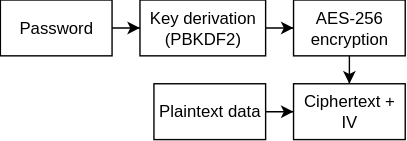
Before: docs/diagrams/security/encryption-flow.svg, a diagram exported from draw.io (ArgoRobots/Argo-Books-Avalonia). Source tidied: cells renumbered, new cells last; positions are measured from the earlier drawing's top-left corner, leaving out a move shared by most shapes. Source of this version:
```xml
<mxGraphModel>
  <root>
    <mxCell id="0" />
    <mxCell id="1" parent="0" />
    <mxCell id="2" style="edgeStyle=orthogonalEdgeStyle;rounded=0;jettySize=auto;html=1;" parent="1" edge="1" source="3" target="5">
      <mxGeometry relative="1" as="geometry" />
    </mxCell>
    <mxCell id="3" value="Password" style="rounded=0;whiteSpace=wrap;html=1;" parent="1" vertex="1">
      <mxGeometry width="80" height="40" as="geometry" />
    </mxCell>
    <mxCell id="4" style="edgeStyle=orthogonalEdgeStyle;rounded=0;jettySize=auto;html=1;" parent="1" edge="1" source="5" target="7">
      <mxGeometry relative="1" as="geometry" />
    </mxCell>
    <mxCell id="5" value="Key derivation (PBKDF2)" style="rounded=0;whiteSpace=wrap;html=1;" parent="1" vertex="1">
      <mxGeometry x="100" width="90" height="40" as="geometry" />
    </mxCell>
    <mxCell id="6" style="edgeStyle=orthogonalEdgeStyle;rounded=0;jettySize=auto;html=1;entryX=0.5;entryY=0;entryDx=0;entryDy=0;" parent="1" edge="1" source="7" target="8">
      <mxGeometry relative="1" as="geometry" />
    </mxCell>
    <mxCell id="7" value="AES-256 encryption" style="rounded=0;whiteSpace=wrap;html=1;" parent="1" vertex="1">
      <mxGeometry x="210" width="80" height="40" as="geometry" />
    </mxCell>
    <mxCell id="8" value="Ciphertext + IV" style="rounded=0;whiteSpace=wrap;html=1;" parent="1" vertex="1">
      <mxGeometry x="210" y="60" width="80" height="40" as="geometry" />
    </mxCell>
    <mxCell id="9" style="edgeStyle=orthogonalEdgeStyle;rounded=0;jettySize=auto;html=1;entryX=0;entryY=0.5;entryDx=0;entryDy=0;" parent="1" edge="1" source="10" target="8">
      <mxGeometry relative="1" as="geometry" />
    </mxCell>
    <mxCell id="10" value="Plaintext data" style="rounded=0;whiteSpace=wrap;html=1;" parent="1" vertex="1">
      <mxGeometry x="110" y="60" width="80" height="40" as="geometry" />
    </mxCell>
  </root>
</mxGraphModel>
```
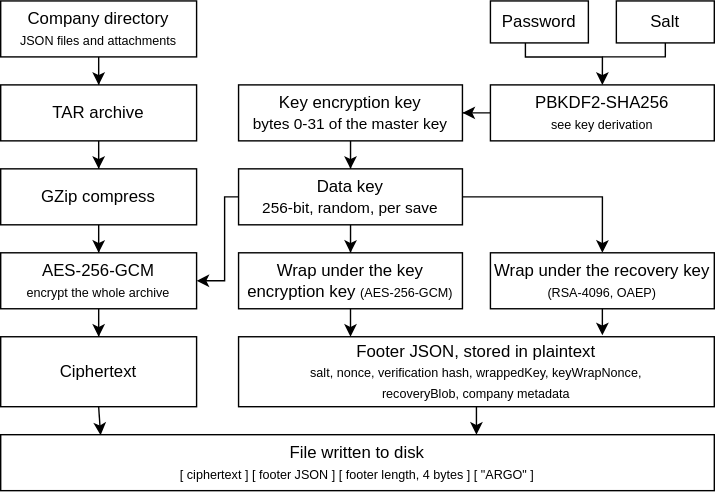
Later version of the same file.

The edit, as a diff of the source:
```diff
@@ -2,32 +2,113 @@
   <root>
     <mxCell id="0" />
     <mxCell id="1" parent="0" />
-    <mxCell id="2" style="edgeStyle=orthogonalEdgeStyle;rounded=0;jettySize=auto;html=1;" parent="1" edge="1" source="3" target="5">
-      <mxGeometry relative="1" as="geometry" />
-    </mxCell>
+    <mxCell id="11" style="edgeStyle=orthogonalEdgeStyle;rounded=0;jettySize=auto;html=1;entryX=0.5;entryY=0;entryDx=0;entryDy=0;" parent="1" edge="1" source="3" target="13">
+      <mxGeometry relative="1" as="geometry" />
+    </mxCell>
-    <mxCell id="3" value="Password" style="rounded=0;whiteSpace=wrap;html=1;" parent="1" vertex="1">
-      <mxGeometry width="80" height="40" as="geometry" />
+    <mxCell id="3" value="Company directory&lt;div&gt;&lt;font style=&quot;font-size: 9px;&quot;&gt;JSON files and attachments&lt;/font&gt;&lt;/div&gt;" style="rounded=0;whiteSpace=wrap;html=1;" parent="1" vertex="1">
+      <mxGeometry width="140" height="40" as="geometry" />
     </mxCell>
-    <mxCell id="4" style="edgeStyle=orthogonalEdgeStyle;rounded=0;jettySize=auto;html=1;" parent="1" edge="1" source="5" target="7">
-      <mxGeometry relative="1" as="geometry" />
-    </mxCell>
-    <mxCell id="5" value="Key derivation (PBKDF2)" style="rounded=0;whiteSpace=wrap;html=1;" parent="1" vertex="1">
-      <mxGeometry x="100" width="90" height="40" as="geometry" />
-    </mxCell>
-    <mxCell id="6" style="edgeStyle=orthogonalEdgeStyle;rounded=0;jettySize=auto;html=1;entryX=0.5;entryY=0;entryDx=0;entryDy=0;" parent="1" edge="1" source="7" target="8">
-      <mxGeometry relative="1" as="geometry" />
-    </mxCell>
-    <mxCell id="7" value="AES-256 encryption" style="rounded=0;whiteSpace=wrap;html=1;" parent="1" vertex="1">
-      <mxGeometry x="210" width="80" height="40" as="geometry" />
-    </mxCell>
-    <mxCell id="8" value="Ciphertext + IV" style="rounded=0;whiteSpace=wrap;html=1;" parent="1" vertex="1">
-      <mxGeometry x="210" y="60" width="80" height="40" as="geometry" />
-    </mxCell>
-    <mxCell id="9" style="edgeStyle=orthogonalEdgeStyle;rounded=0;jettySize=auto;html=1;entryX=0;entryY=0.5;entryDx=0;entryDy=0;" parent="1" edge="1" source="10" target="8">
-      <mxGeometry relative="1" as="geometry" />
-    </mxCell>
-    <mxCell id="10" value="Plaintext data" style="rounded=0;whiteSpace=wrap;html=1;" parent="1" vertex="1">
-      <mxGeometry x="110" y="60" width="80" height="40" as="geometry" />
-    </mxCell>
+    <mxCell id="12" style="edgeStyle=orthogonalEdgeStyle;rounded=0;jettySize=auto;html=1;entryX=0.5;entryY=0;entryDx=0;entryDy=0;" parent="1" edge="1" source="13" target="15">
+      <mxGeometry relative="1" as="geometry" />
+    </mxCell>
+    <mxCell id="13" value="TAR archive" style="rounded=0;whiteSpace=wrap;html=1;" parent="1" vertex="1">
+      <mxGeometry y="60" width="140" height="40" as="geometry" />
+    </mxCell>
+    <mxCell id="14" style="edgeStyle=orthogonalEdgeStyle;rounded=0;jettySize=auto;html=1;entryX=0.5;entryY=0;entryDx=0;entryDy=0;" parent="1" edge="1" source="15" target="17">
+      <mxGeometry relative="1" as="geometry" />
+    </mxCell>
+    <mxCell id="15" value="GZip compress" style="rounded=0;whiteSpace=wrap;html=1;" parent="1" vertex="1">
+      <mxGeometry y="120" width="140" height="40" as="geometry" />
+    </mxCell>
+    <mxCell id="16" style="edgeStyle=orthogonalEdgeStyle;rounded=0;jettySize=auto;html=1;entryX=0.5;entryY=0;entryDx=0;entryDy=0;" parent="1" edge="1" source="17" target="18">
+      <mxGeometry relative="1" as="geometry" />
+    </mxCell>
+    <mxCell id="17" value="AES-256-GCM&lt;div&gt;&lt;font style=&quot;font-size: 9px;&quot;&gt;encrypt the whole archive&lt;/font&gt;&lt;/div&gt;" style="rounded=0;whiteSpace=wrap;html=1;" parent="1" vertex="1">
+      <mxGeometry y="180" width="140" height="40" as="geometry" />
+    </mxCell>
+    <mxCell id="18" value="Ciphertext" style="rounded=0;whiteSpace=wrap;html=1;" parent="1" vertex="1">
+      <mxGeometry y="240" width="140" height="50" as="geometry" />
+    </mxCell>
+    <mxCell id="19" style="edgeStyle=orthogonalEdgeStyle;rounded=0;jettySize=auto;html=1;entryX=0.5;entryY=0;entryDx=0;entryDy=0;" parent="1" edge="1" source="20" target="24">
+      <mxGeometry relative="1" as="geometry" />
+    </mxCell>
+    <mxCell id="20" value="&lt;font style=&quot;&quot;&gt;Key encryption key&lt;/font&gt;&lt;div&gt;&lt;span style=&quot;font-family: Helvetica, Arial, sans-serif; font-size: 11px; text-align: start; text-wrap-mode: nowrap;&quot;&gt;&lt;font style=&quot;&quot;&gt;bytes 0-31 of the master key&lt;/font&gt;&lt;/span&gt;&lt;/div&gt;" style="rounded=0;whiteSpace=wrap;html=1;fontColor=default;" parent="1" vertex="1">
+      <mxGeometry x="170" y="60" width="160" height="40" as="geometry" />
+    </mxCell>
+    <mxCell id="21" style="edgeStyle=orthogonalEdgeStyle;rounded=0;jettySize=auto;html=1;entryX=0.5;entryY=0;entryDx=0;entryDy=0;" parent="1" edge="1" source="24" target="25">
+      <mxGeometry relative="1" as="geometry" />
+    </mxCell>
+    <mxCell id="22" style="edgeStyle=orthogonalEdgeStyle;rounded=0;jettySize=auto;html=1;entryX=0.5;entryY=0;entryDx=0;entryDy=0;" parent="1" edge="1" source="24" target="30">
+      <mxGeometry relative="1" as="geometry" />
+    </mxCell>
+    <mxCell id="23" style="edgeStyle=orthogonalEdgeStyle;rounded=0;jettySize=auto;html=1;entryX=1;entryY=0.5;entryDx=0;entryDy=0;" parent="1" edge="1" source="24" target="17">
+      <mxGeometry relative="1" as="geometry">
+        <Array as="points">
+          <mxPoint x="160" y="140" />
+          <mxPoint x="160" y="200" />
+        </Array>
+      </mxGeometry>
+    </mxCell>
+    <mxCell id="24" value="&lt;font style=&quot;&quot;&gt;Data key&lt;/font&gt;&lt;div&gt;&lt;span style=&quot;font-family: Helvetica, Arial, sans-serif; font-size: 11px; text-align: start; text-wrap-mode: nowrap;&quot;&gt;&lt;font style=&quot;&quot;&gt;256-bit, random, per save&lt;/font&gt;&lt;/span&gt;&lt;/div&gt;" style="rounded=0;whiteSpace=wrap;html=1;fontColor=default;" parent="1" vertex="1">
+      <mxGeometry x="170" y="120" width="160" height="40" as="geometry" />
+    </mxCell>
+    <mxCell id="25" value="Wrap under the key&lt;div&gt;&lt;font style=&quot;&quot;&gt;&lt;font&gt;encryption key &lt;/font&gt;&lt;font style=&quot;font-size: 9px;&quot;&gt;(AES-256-GCM)&lt;/font&gt;&lt;/font&gt;&lt;/div&gt;" style="rounded=0;whiteSpace=wrap;html=1;fontColor=default;" parent="1" vertex="1">
+      <mxGeometry x="170" y="180" width="160" height="40" as="geometry" />
+    </mxCell>
+    <mxCell id="26" value="&lt;font style=&quot;&quot;&gt;Footer JSON, stored in plaintext&lt;/font&gt;&lt;div&gt;&lt;font style=&quot;&quot;&gt;&lt;/font&gt;&lt;/div&gt;&lt;div&gt;&lt;font style=&quot;font-size: 9px;&quot;&gt;salt, nonce, verification hash, wrappedKey, keyWrapNonce,&lt;/font&gt;&lt;/div&gt;&lt;div&gt;&lt;font style=&quot;font-size: 9px;&quot;&gt;recoveryBlob, company metadata&lt;/font&gt;&lt;/div&gt;" style="rounded=0;whiteSpace=wrap;html=1;fontColor=default;" parent="1" vertex="1">
+      <mxGeometry x="170" y="240" width="340" height="50" as="geometry" />
+    </mxCell>
+    <mxCell id="27" value="File written to disk&lt;div&gt;&lt;font style=&quot;font-size: 9px;&quot;&gt;[ ciphertext ] [ footer JSON ] [ footer length, 4 bytes ] [ &quot;ARGO&quot; ]&lt;/font&gt;&lt;/div&gt;" style="rounded=0;whiteSpace=wrap;html=1;" parent="1" vertex="1">
+      <mxGeometry y="310" width="510" height="40" as="geometry" />
+    </mxCell>
+    <mxCell id="28" style="endArrow=classic;html=1;rounded=0;exitX=0.5;exitY=1;exitDx=0;exitDy=0;" parent="1" edge="1" source="25">
+      <mxGeometry relative="1" as="geometry">
+        <mxPoint x="250" y="240" as="targetPoint" />
+      </mxGeometry>
+    </mxCell>
+    <mxCell id="29" style="endArrow=classic;html=1;rounded=0;exitX=0.5;exitY=1;exitDx=0;exitDy=0;" parent="1" edge="1" source="26">
+      <mxGeometry relative="1" as="geometry">
+        <mxPoint x="340" y="310" as="targetPoint" />
+      </mxGeometry>
+    </mxCell>
+    <mxCell id="30" value="Wrap under the recovery key&lt;div&gt;&lt;font style=&quot;font-size: 9px;&quot;&gt;(RSA-4096, O&lt;span style=&quot;background-color: transparent; color: light-dark(rgb(0, 0, 0), rgb(255, 255, 255));&quot;&gt;AEP)&lt;/span&gt;&lt;/font&gt;&lt;/div&gt;" style="rounded=0;whiteSpace=wrap;html=1;" parent="1" vertex="1">
+      <mxGeometry x="350" y="180" width="160" height="40" as="geometry" />
+    </mxCell>
+    <mxCell id="31" style="endArrow=classic;html=1;rounded=0;exitX=0.5;exitY=1;exitDx=0;exitDy=0;" parent="1" edge="1" source="30">
+      <mxGeometry relative="1" as="geometry">
+        <mxPoint x="430" y="239" as="targetPoint" />
+      </mxGeometry>
+    </mxCell>
+    <mxCell id="32" style="edgeStyle=orthogonalEdgeStyle;rounded=0;jettySize=auto;html=1;entryX=1;entryY=0.5;entryDx=0;entryDy=0;" parent="1" edge="1" source="33" target="20">
+      <mxGeometry relative="1" as="geometry" />
+    </mxCell>
+    <mxCell id="33" value="&lt;span style=&quot;font-family: Helvetica, Arial, sans-serif; text-align: start; text-wrap-mode: nowrap;&quot;&gt;&lt;font style=&quot;&quot;&gt;PBKDF2-SHA256&lt;/font&gt;&lt;/span&gt;&lt;div&gt;&lt;span style=&quot;font-family: Helvetica, Arial, sans-serif; text-align: start; text-wrap-mode: nowrap;&quot;&gt;&lt;font style=&quot;font-size: 9px;&quot;&gt;see key derivation&lt;/font&gt;&lt;/span&gt;&lt;/div&gt;" style="rounded=0;whiteSpace=wrap;html=1;fontColor=default;" parent="1" vertex="1">
+      <mxGeometry x="350" y="60" width="160" height="40" as="geometry" />
+    </mxCell>
+    <mxCell id="34" style="edgeStyle=orthogonalEdgeStyle;rounded=0;jettySize=auto;html=1;entryX=0.5;entryY=0;entryDx=0;entryDy=0;" parent="1" edge="1" source="35" target="33">
+      <mxGeometry relative="1" as="geometry">
+        <Array as="points">
+          <mxPoint x="375" y="40" />
+          <mxPoint x="430" y="40" />
+        </Array>
+      </mxGeometry>
+    </mxCell>
+    <mxCell id="35" value="&lt;div style=&quot;text-align: start;&quot;&gt;&lt;span style=&quot;background-color: transparent; color: light-dark(rgb(0, 0, 0), rgb(255, 255, 255)); text-wrap-mode: nowrap;&quot;&gt;&lt;font face=&quot;Helvetica, Arial, sans-serif&quot;&gt;Password&lt;/font&gt;&lt;/span&gt;&lt;/div&gt;" style="rounded=0;whiteSpace=wrap;html=1;" parent="1" vertex="1">
+      <mxGeometry x="350" width="70" height="30" as="geometry" />
+    </mxCell>
+    <mxCell id="36" value="&lt;div style=&quot;text-align: start;&quot;&gt;&lt;span style=&quot;background-color: transparent; color: light-dark(rgb(0, 0, 0), rgb(255, 255, 255)); text-wrap-mode: nowrap;&quot;&gt;&lt;font face=&quot;Helvetica, Arial, sans-serif&quot;&gt;Salt&lt;/font&gt;&lt;/span&gt;&lt;/div&gt;" style="rounded=0;whiteSpace=wrap;html=1;" parent="1" vertex="1">
+      <mxGeometry x="440" width="70" height="30" as="geometry" />
+    </mxCell>
+    <mxCell id="37" style="endArrow=none;html=1;rounded=0;entryX=0.5;entryY=1;entryDx=0;entryDy=0;" parent="1" edge="1" target="36">
+      <mxGeometry relative="1" as="geometry">
+        <mxPoint x="430" y="40" as="sourcePoint" />
+        <Array as="points">
+          <mxPoint x="475" y="40" />
+        </Array>
+      </mxGeometry>
+    </mxCell>
+    <mxCell id="38" style="endArrow=classic;html=1;rounded=0;exitX=0.5;exitY=1;exitDx=0;exitDy=0;entryX=0.14;entryY=0.009;entryDx=0;entryDy=0;entryPerimeter=0;" parent="1" edge="1" source="18" target="27">
+      <mxGeometry relative="1" as="geometry" />
+    </mxCell>
   </root>
 </mxGraphModel>
```
